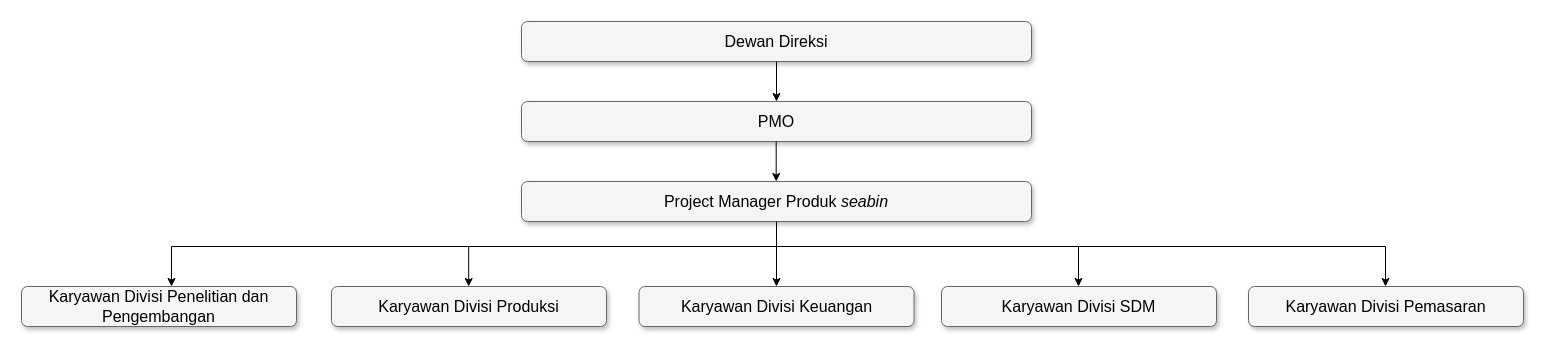
The draw.io diagram Organo.drawio in ilmi24/tugas_MR20, before the edit. Source tidied: cells renumbered, new cells numbered last; positions are measured from the earlier drawing's top-left corner, leaving out a move shared by most shapes. Both pictures are drawn from the tidied source at 100%, with x=0, y=0 at pixel (21, 21).
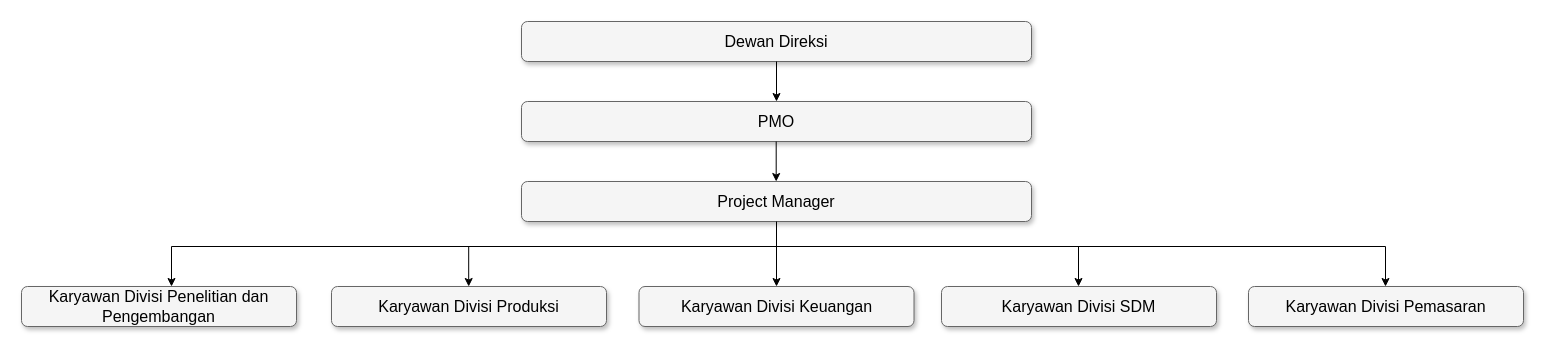
The same diagram, later.

The edit, as a diff of the source:
```diff
@@
-    <mxCell id="2" value="Project Manager Produk &lt;i&gt;seabin&lt;/i&gt;" style="whiteSpace=wrap;html=1;rounded=1;shadow=1;strokeWidth=1;fontSize=16;align=center;fillColor=#f5f5f5;strokeColor=#666666;" parent="1" vertex="1">
+    <mxCell id="2" value="Project Manager" style="whiteSpace=wrap;html=1;rounded=1;shadow=1;strokeWidth=1;fontSize=16;align=center;fillColor=#f5f5f5;strokeColor=#666666;" parent="1" vertex="1">
       <mxGeometry x="500" y="160" width="510" height="40" as="geometry" />
     </mxCell>
```
